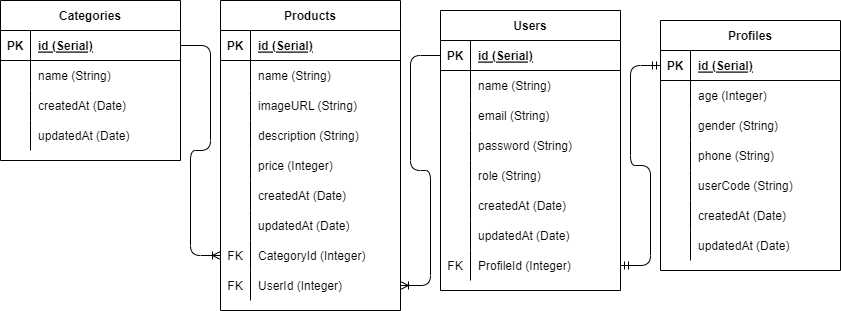
Before: E-Clothes.drawio.png, a diagram exported from draw.io (muhammad1qbal/E-clotches). Source tidied: cells renumbered, new cells last; positions are measured from the earlier drawing's top-left corner, leaving out a move shared by most shapes.
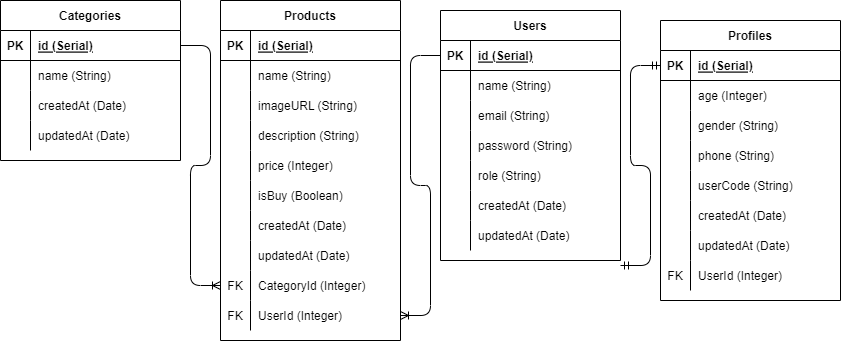
After the change.

Diff of the diagram source:
```diff
@@ -3,7 +3,7 @@
     <mxCell id="0" />
     <mxCell id="1" parent="0" />
     <mxCell id="2" value="Products" style="shape=table;startSize=30;rowLines=0;fontStyle=1;align=center;" parent="1" vertex="1">
-      <mxGeometry x="220" width="180" height="310" as="geometry" />
+      <mxGeometry x="220" width="180" height="340" as="geometry" />
     </mxCell>
     <mxCell id="3" style="shape=tableRow;horizontal=0;startSize=0;swimlaneHead=0;swimlaneBody=0;fillColor=none;top=0;left=0;right=0;bottom=1;" parent="2" vertex="1">
       <mxGeometry y="30" width="180" height="30" as="geometry" />
@@ -50,8 +50,17 @@
     <mxCell id="17" value="price (Integer)" style="shape=partialRectangle;fillColor=none;top=0;left=0;bottom=0;right=0;align=left;spacingLeft=6;overflow=hidden;" parent="15" vertex="1">
       <mxGeometry x="30" width="150" height="30" as="geometry" />
     </mxCell>
+    <mxCell id="93" style="shape=tableRow;horizontal=0;startSize=0;swimlaneHead=0;swimlaneBody=0;fillColor=none;top=0;left=0;right=0;bottom=0;" parent="2" vertex="1">
+      <mxGeometry y="180" width="180" height="30" as="geometry" />
+    </mxCell>
+    <mxCell id="94" style="shape=partialRectangle;fillColor=none;top=0;left=0;bottom=0;right=0;overflow=hidden;" parent="93" vertex="1">
+      <mxGeometry width="30" height="30" as="geometry" />
+    </mxCell>
+    <mxCell id="95" value="isBuy (Boolean)" style="shape=partialRectangle;fillColor=none;top=0;left=0;bottom=0;right=0;align=left;spacingLeft=6;overflow=hidden;" parent="93" vertex="1">
+      <mxGeometry x="30" width="150" height="30" as="geometry" />
+    </mxCell>
     <mxCell id="18" style="shape=tableRow;horizontal=0;startSize=0;swimlaneHead=0;swimlaneBody=0;fillColor=none;top=0;left=0;right=0;bottom=0;" parent="2" vertex="1">
-      <mxGeometry y="180" width="180" height="30" as="geometry" />
+      <mxGeometry y="210" width="180" height="30" as="geometry" />
     </mxCell>
     <mxCell id="19" style="shape=partialRectangle;fillColor=none;top=0;left=0;bottom=0;right=0;overflow=hidden;" parent="18" vertex="1">
       <mxGeometry width="30" height="30" as="geometry" />
@@ -60,7 +69,7 @@
       <mxGeometry x="30" width="150" height="30" as="geometry" />
     </mxCell>
     <mxCell id="21" style="shape=tableRow;horizontal=0;startSize=0;swimlaneHead=0;swimlaneBody=0;fillColor=none;top=0;left=0;right=0;bottom=0;" parent="2" vertex="1">
-      <mxGeometry y="210" width="180" height="30" as="geometry" />
+      <mxGeometry y="240" width="180" height="30" as="geometry" />
     </mxCell>
     <mxCell id="22" style="shape=partialRectangle;fillColor=none;top=0;left=0;bottom=0;right=0;overflow=hidden;" parent="21" vertex="1">
       <mxGeometry width="30" height="30" as="geometry" />
@@ -69,7 +78,7 @@
       <mxGeometry x="30" width="150" height="30" as="geometry" />
     </mxCell>
     <mxCell id="24" style="shape=tableRow;horizontal=0;startSize=0;swimlaneHead=0;swimlaneBody=0;fillColor=none;points=[[0,0.5],[1,0.5]];portConstraint=eastwest;top=0;left=0;right=0;bottom=0;" parent="2" vertex="1">
-      <mxGeometry y="240" width="180" height="30" as="geometry" />
+      <mxGeometry y="270" width="180" height="30" as="geometry" />
     </mxCell>
     <mxCell id="25" value="FK" style="shape=partialRectangle;fillColor=none;top=0;left=0;bottom=0;right=0;overflow=hidden;" parent="24" vertex="1">
       <mxGeometry width="30" height="30" as="geometry" />
@@ -78,7 +87,7 @@
       <mxGeometry x="30" width="150" height="30" as="geometry" />
     </mxCell>
     <mxCell id="27" style="shape=tableRow;horizontal=0;startSize=0;swimlaneHead=0;swimlaneBody=0;fillColor=none;points=[[0,0.5],[1,0.5]];portConstraint=eastwest;top=0;left=0;right=0;bottom=0;" parent="2" vertex="1">
-      <mxGeometry y="270" width="180" height="30" as="geometry" />
+      <mxGeometry y="300" width="180" height="30" as="geometry" />
     </mxCell>
     <mxCell id="28" value="FK" style="shape=partialRectangle;fillColor=none;top=0;left=0;bottom=0;right=0;overflow=hidden;" parent="27" vertex="1">
       <mxGeometry width="30" height="30" as="geometry" />
@@ -129,7 +138,7 @@
       <mxGeometry relative="1" as="geometry" />
     </mxCell>
     <mxCell id="44" value="Users" style="shape=table;startSize=30;rowLines=0;fontStyle=1;align=center;" parent="1" vertex="1">
-      <mxGeometry x="440" y="10" width="180" height="280" as="geometry" />
+      <mxGeometry x="440" y="10" width="180" height="250" as="geometry" />
     </mxCell>
     <mxCell id="45" style="shape=tableRow;horizontal=0;startSize=0;swimlaneHead=0;swimlaneBody=0;fillColor=none;points=[[0,0.5],[1,0.5]];portConstraint=eastwest;top=0;left=0;right=0;bottom=1;" parent="44" vertex="1">
       <mxGeometry y="30" width="180" height="30" as="geometry" />
@@ -194,20 +203,11 @@
     <mxCell id="65" value="updatedAt (Date)" style="shape=partialRectangle;fillColor=none;top=0;left=0;bottom=0;right=0;align=left;spacingLeft=6;overflow=hidden;" parent="63" vertex="1">
       <mxGeometry x="30" width="150" height="30" as="geometry" />
     </mxCell>
-    <mxCell id="66" style="shape=tableRow;horizontal=0;startSize=0;swimlaneHead=0;swimlaneBody=0;fillColor=none;points=[[0,0.5],[1,0.5]];portConstraint=eastwest;top=0;left=0;right=0;bottom=0;" parent="44" vertex="1">
-      <mxGeometry y="240" width="180" height="30" as="geometry" />
-    </mxCell>
-    <mxCell id="67" value="FK" style="shape=partialRectangle;fillColor=none;top=0;left=0;bottom=0;right=0;overflow=hidden;" parent="66" vertex="1">
-      <mxGeometry width="30" height="30" as="geometry" />
-    </mxCell>
-    <mxCell id="68" value="ProfileId (Integer)" style="shape=partialRectangle;fillColor=none;top=0;left=0;bottom=0;right=0;align=left;spacingLeft=6;overflow=hidden;" parent="66" vertex="1">
-      <mxGeometry x="30" width="150" height="30" as="geometry" />
-    </mxCell>
     <mxCell id="69" style="edgeStyle=entityRelationEdgeStyle;fontSize=12;html=1;endArrow=ERoneToMany;rounded=1;exitX=0;exitY=0.5;exitDx=0;exitDy=0;entryX=1;entryY=0.5;entryDx=0;entryDy=0;" parent="1" edge="1" source="45" target="27">
       <mxGeometry relative="1" as="geometry" />
     </mxCell>
     <mxCell id="70" value="Profiles" style="shape=table;startSize=30;rowLines=0;fontStyle=1;align=center;" parent="1" vertex="1">
-      <mxGeometry x="660" y="20" width="180" height="250" as="geometry" />
+      <mxGeometry x="660" y="20" width="180" height="280" as="geometry" />
     </mxCell>
     <mxCell id="71" style="shape=tableRow;horizontal=0;startSize=0;swimlaneHead=0;swimlaneBody=0;fillColor=none;points=[[0,0.5],[1,0.5]];portConstraint=eastwest;top=0;left=0;right=0;bottom=1;" parent="70" vertex="1">
       <mxGeometry y="30" width="180" height="30" as="geometry" />
@@ -272,8 +272,19 @@
     <mxCell id="91" value="updatedAt (Date)" style="shape=partialRectangle;fillColor=none;top=0;left=0;bottom=0;right=0;align=left;spacingLeft=6;overflow=hidden;" parent="89" vertex="1">
       <mxGeometry x="30" width="150" height="30" as="geometry" />
     </mxCell>
+    <mxCell id="66" style="shape=tableRow;horizontal=0;startSize=0;swimlaneHead=0;swimlaneBody=0;fillColor=none;points=[[0,0.5],[1,0.5]];portConstraint=eastwest;top=0;left=0;right=0;bottom=0;" parent="70" vertex="1">
+      <mxGeometry y="240" width="180" height="30" as="geometry" />
+    </mxCell>
+    <mxCell id="67" value="FK" style="shape=partialRectangle;fillColor=none;top=0;left=0;bottom=0;right=0;overflow=hidden;" parent="66" vertex="1">
+      <mxGeometry width="30" height="30" as="geometry" />
+    </mxCell>
+    <mxCell id="96" value="UserId (Integer)" style="shape=partialRectangle;fillColor=none;top=0;left=0;bottom=0;right=0;align=left;spacingLeft=6;overflow=hidden;" parent="66" vertex="1">
+      <mxGeometry x="30" width="150" height="30" as="geometry" />
+    </mxCell>
-    <mxCell id="92" style="edgeStyle=entityRelationEdgeStyle;fontSize=12;html=1;endArrow=ERmandOne;startArrow=ERmandOne;rounded=1;exitX=1;exitY=0.5;exitDx=0;exitDy=0;entryX=0;entryY=0.5;entryDx=0;entryDy=0;" parent="1" edge="1" source="66" target="71">
-      <mxGeometry relative="1" as="geometry" />
+    <mxCell id="92" style="edgeStyle=entityRelationEdgeStyle;fontSize=12;html=1;endArrow=ERmandOne;startArrow=ERmandOne;rounded=1;exitX=1;exitY=0.5;exitDx=0;exitDy=0;entryX=0;entryY=0.5;entryDx=0;entryDy=0;" parent="1" edge="1" target="71">
+      <mxGeometry relative="1" as="geometry">
+        <mxPoint x="620" y="265" as="sourcePoint" />
+      </mxGeometry>
     </mxCell>
   </root>
 </mxGraphModel>
```
